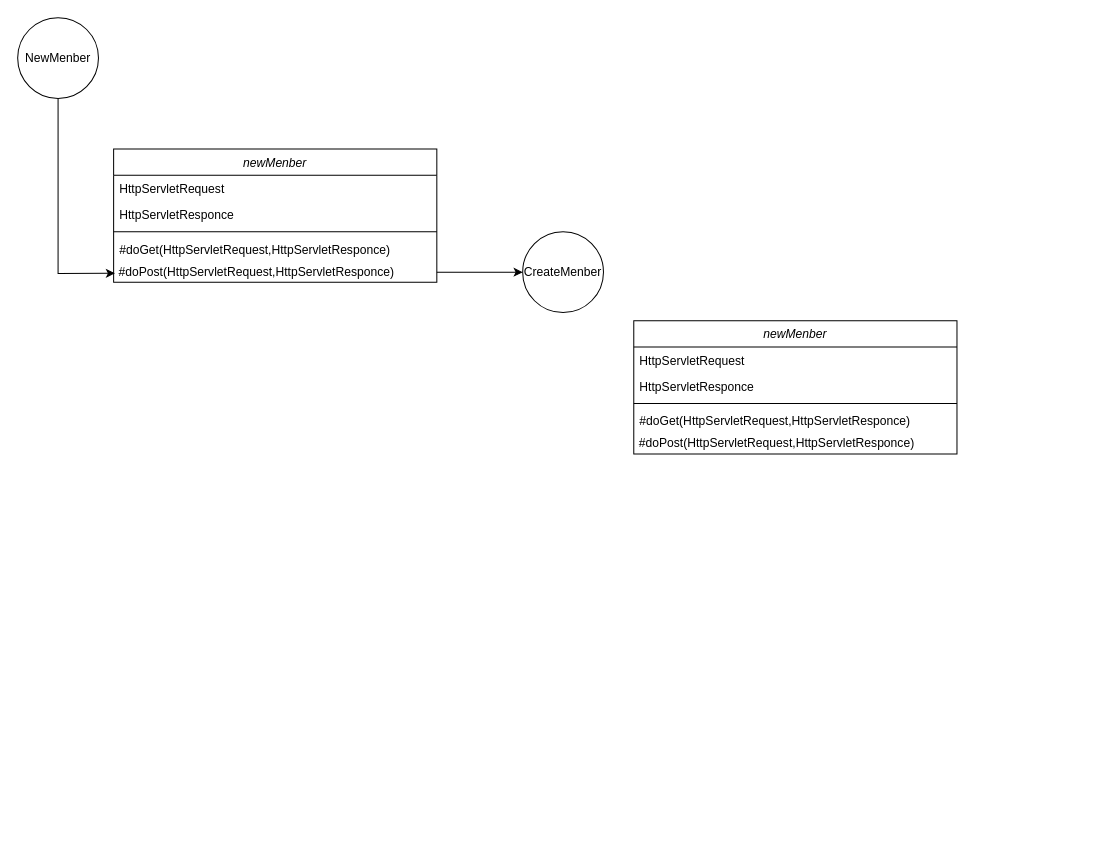
2022java42-student004/Library keeps this draw.io diagram as page "NewMenber" (3 of 4) of クラス図.drawio. Above is the earlier version. Source tidied: cells renumbered, new cells numbered last; positions are measured from the earlier drawing's top-left corner, leaving out a move shared by most shapes. Both pictures are drawn from the tidied source at 101%, with x=0, y=0 at pixel (17, 17).
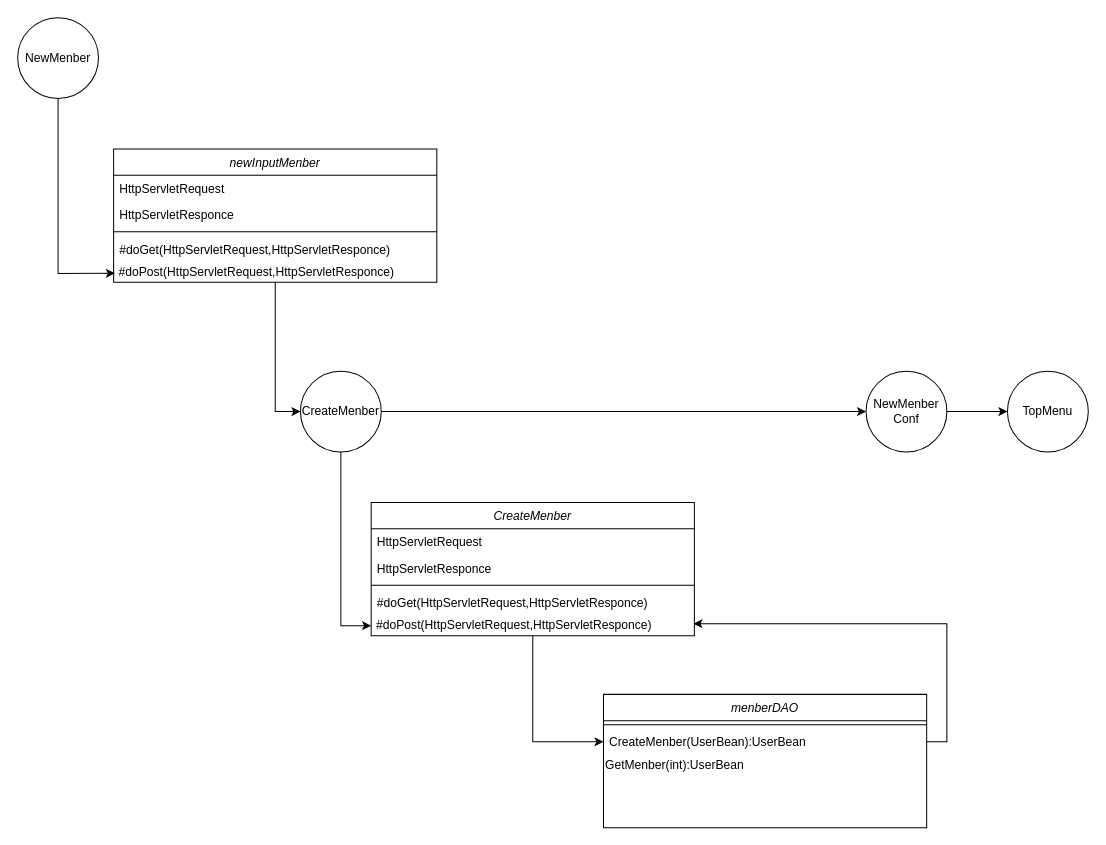
The same diagram, later.

Unchanged cells that the change refers to:
```xml
<mxCell id="18" value="&amp;nbsp;#doPost(HttpServletRequest,HttpServletResponce)" style="text;html=1;align=left;verticalAlign=middle;points=[];strokeColor=none;fillColor=none;" parent="13" vertex="1">
  <mxGeometry y="112" width="320" height="20" as="geometry" />
</mxCell>
```

Change to the diagram source:
```diff
@@
+    <mxCell id="19" style="edgeStyle=orthogonalEdgeStyle;rounded=0;jettySize=auto;html=1;exitX=0.5;exitY=1;exitDx=0;exitDy=0;entryX=0;entryY=0.5;entryDx=0;entryDy=0;entryPerimeter=0;" parent="1" edge="1" source="4" target="18">
+      <mxGeometry relative="1" as="geometry" />
+    </mxCell>
+    <mxCell id="20" style="edgeStyle=orthogonalEdgeStyle;rounded=0;jettySize=auto;html=1;exitX=1;exitY=0.5;exitDx=0;exitDy=0;entryX=0;entryY=0.5;entryDx=0;entryDy=0;" parent="1" edge="1" source="4" target="28">
+      <mxGeometry relative="1" as="geometry" />
+    </mxCell>
     <mxCell id="4" value="CreateMenber" style="ellipse;whiteSpace=wrap;html=1;verticalAlign=middle;" parent="1" vertex="1">
-      <mxGeometry x="500" y="212" width="80" height="80" as="geometry" />
+      <mxGeometry x="280" y="350" width="80" height="80" as="geometry" />
     </mxCell>
-    <mxCell id="5" value="newMenber" style="swimlane;fontStyle=2;align=center;verticalAlign=top;horizontal=1;startSize=26;rounded=0;shadow=0;strokeWidth=1;" parent="1" vertex="1">
+    <mxCell id="5" value="newInputMenber" style="swimlane;fontStyle=2;align=center;verticalAlign=top;horizontal=1;startSize=26;rounded=0;shadow=0;strokeWidth=1;" parent="1" vertex="1">
       <mxGeometry x="95" y="130" width="320" height="132" as="geometry" />
     </mxCell>
@@
-    <mxCell id="13" value="newMenber" style="swimlane;fontStyle=2;align=center;verticalAlign=top;horizontal=1;startSize=26;rounded=0;shadow=0;strokeWidth=1;" parent="1" vertex="1">
-      <mxGeometry x="610" y="300" width="320" height="132" as="geometry" />
+    <mxCell id="13" value="CreateMenber" style="swimlane;fontStyle=2;align=center;verticalAlign=top;horizontal=1;startSize=26;rounded=0;shadow=0;strokeWidth=1;" parent="1" vertex="1">
+      <mxGeometry x="350" y="480" width="320" height="132" as="geometry" />
     </mxCell>
@@
+    <mxCell id="21" value="menberDAO" style="swimlane;fontStyle=2;align=center;verticalAlign=top;horizontal=1;startSize=26;rounded=0;shadow=0;strokeWidth=1;" parent="1" vertex="1">
+      <mxGeometry x="580" y="670" width="320" height="132" as="geometry" />
+    </mxCell>
+    <mxCell id="22" style="line;html=1;strokeWidth=1;align=left;verticalAlign=middle;spacingTop=-1;spacingLeft=3;spacingRight=3;labelPosition=right;" parent="21" vertex="1">
+      <mxGeometry y="26" width="320" height="8" as="geometry" />
+    </mxCell>
+    <mxCell id="23" value="CreateMenber(UserBean):UserBean" style="text;align=left;verticalAlign=top;spacingLeft=4;spacingRight=4;overflow=hidden;points=[[0,0.5],[1,0.5]];portConstraint=eastwest;" parent="21" vertex="1">
+      <mxGeometry y="34" width="320" height="26" as="geometry" />
+    </mxCell>
+    <mxCell id="24" value="GetMenber(int):UserBean" style="text;html=1;align=left;verticalAlign=middle;strokeColor=none;fillColor=none;" parent="21" vertex="1">
+      <mxGeometry y="60" width="320" height="20" as="geometry" />
+    </mxCell>
+    <mxCell id="25" style="edgeStyle=orthogonalEdgeStyle;rounded=0;jettySize=auto;html=1;entryX=0;entryY=0.5;entryDx=0;entryDy=0;" parent="1" edge="1" source="18" target="23">
+      <mxGeometry relative="1" as="geometry" />
+    </mxCell>
+    <mxCell id="26" style="edgeStyle=orthogonalEdgeStyle;rounded=0;jettySize=auto;html=1;exitX=1;exitY=0.5;exitDx=0;exitDy=0;entryX=0.997;entryY=0.4;entryDx=0;entryDy=0;entryPerimeter=0;" parent="1" edge="1" source="23" target="18">
+      <mxGeometry relative="1" as="geometry" />
+    </mxCell>
+    <mxCell id="27" style="edgeStyle=orthogonalEdgeStyle;rounded=0;jettySize=auto;html=1;exitX=1;exitY=0.5;exitDx=0;exitDy=0;entryX=0;entryY=0.5;entryDx=0;entryDy=0;" parent="1" edge="1" source="28" target="29">
+      <mxGeometry relative="1" as="geometry" />
+    </mxCell>
+    <mxCell id="28" value="NewMenber&lt;br&gt;Conf" style="ellipse;whiteSpace=wrap;html=1;verticalAlign=middle;" parent="1" vertex="1">
+      <mxGeometry x="840" y="350" width="80" height="80" as="geometry" />
+    </mxCell>
+    <mxCell id="29" value="TopMenu" style="ellipse;whiteSpace=wrap;html=1;" parent="1" vertex="1">
+      <mxGeometry x="980" y="350" width="80" height="80" as="geometry" />
+    </mxCell>
```
